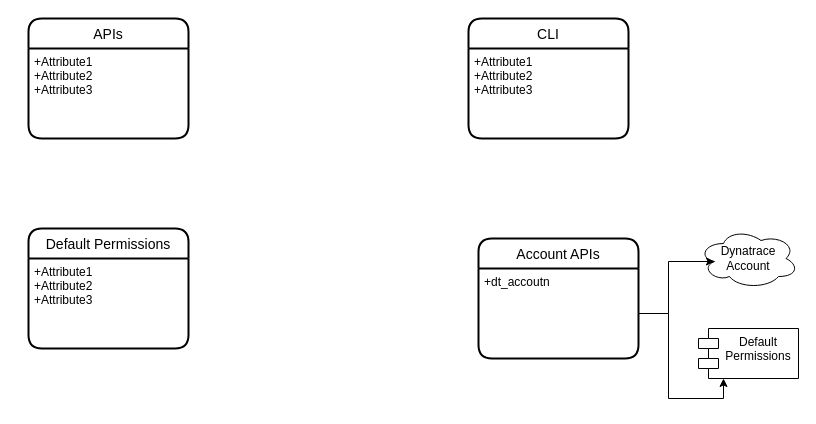
The draw.io diagram page "Component" (1 of 3) of design/class_diagram.drawio in Droulard/dynatrace-account-permissioning, before the edit. Source tidied: cells renumbered, new cells numbered last; positions are measured from the earlier drawing's top-left corner, leaving out a move shared by most shapes. Both pictures are drawn from the tidied source at 100%, with x=0, y=0 at pixel (28, 18).
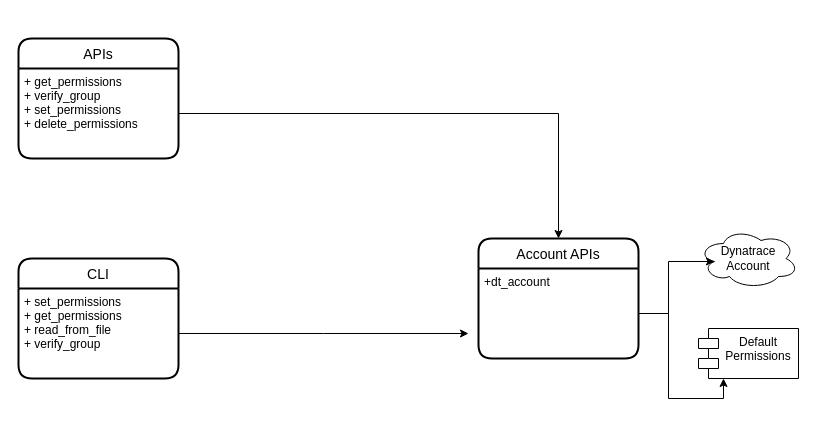
Above is the later version.

Change to the diagram source:
```diff
@@
 <mxGraphModel>
   <root>
     <mxCell id="0" />
     <mxCell id="1" parent="0" />
     <mxCell id="2" value="Dynatrace Account" style="ellipse;shape=cloud;whiteSpace=wrap;html=1;align=center;" parent="1" vertex="1">
       <mxGeometry x="670" y="210" width="100" height="60" as="geometry" />
     </mxCell>
     <mxCell id="3" value="APIs" style="swimlane;horizontal=1;startSize=30;rounded=1;fontSize=14;fontStyle=0;strokeWidth=2;shadow=0;dashed=0;align=center;" parent="1" vertex="1">
-      <mxGeometry width="160" height="120" as="geometry" />
+      <mxGeometry x="-10" y="20" width="160" height="120" as="geometry" />
     </mxCell>
-    <mxCell id="4" value="+Attribute1&#10;+Attribute2&#10;+Attribute3" style="align=left;strokeColor=none;fillColor=none;spacingLeft=4;fontSize=12;verticalAlign=top;" parent="3" vertex="1">
+    <mxCell id="4" value="+ get_permissions&#10;+ verify_group&#10;+ set_permissions&#10;+ delete_permissions" style="align=left;strokeColor=none;fillColor=none;spacingLeft=4;fontSize=12;verticalAlign=top;" parent="3" vertex="1">
       <mxGeometry y="30" width="160" height="90" as="geometry" />
     </mxCell>
     <mxCell id="5" value="CLI" style="swimlane;horizontal=1;startSize=30;rounded=1;fontSize=14;fontStyle=0;strokeWidth=2;shadow=0;dashed=0;align=center;" parent="1" vertex="1">
-      <mxGeometry x="440" width="160" height="120" as="geometry" />
+      <mxGeometry x="-10" y="240" width="160" height="120" as="geometry" />
     </mxCell>
-    <mxCell id="6" value="+Attribute1&#10;+Attribute2&#10;+Attribute3" style="align=left;strokeColor=none;fillColor=none;spacingLeft=4;fontSize=12;verticalAlign=top;" parent="5" vertex="1">
+    <mxCell id="6" value="+ set_permissions&#10;+ get_permissions&#10;+ read_from_file&#10;+ verify_group" style="align=left;strokeColor=none;fillColor=none;spacingLeft=4;fontSize=12;verticalAlign=top;" parent="5" vertex="1">
       <mxGeometry y="30" width="160" height="90" as="geometry" />
     </mxCell>
-    <mxCell id="7" value="Default Permissions" style="swimlane;horizontal=1;startSize=30;rounded=1;fontSize=14;fontStyle=0;strokeWidth=2;shadow=0;dashed=0;align=center;" parent="1" vertex="1">
-      <mxGeometry y="210" width="160" height="120" as="geometry" />
-    </mxCell>
-    <mxCell id="8" value="+Attribute1&#10;+Attribute2&#10;+Attribute3" style="align=left;strokeColor=none;fillColor=none;spacingLeft=4;fontSize=12;verticalAlign=top;" parent="7" vertex="1">
-      <mxGeometry y="30" width="160" height="90" as="geometry" />
-    </mxCell>
     <mxCell id="9" value="Account APIs" style="swimlane;horizontal=1;startSize=30;rounded=1;fontSize=14;fontStyle=0;strokeWidth=2;shadow=0;dashed=0;align=center;" parent="1" vertex="1">
       <mxGeometry x="450" y="220" width="160" height="120" as="geometry" />
     </mxCell>
-    <mxCell id="10" value="+dt_accoutn" style="align=left;strokeColor=none;fillColor=none;spacingLeft=4;fontSize=12;verticalAlign=top;" parent="9" vertex="1">
+    <mxCell id="10" value="+dt_account" style="align=left;strokeColor=none;fillColor=none;spacingLeft=4;fontSize=12;verticalAlign=top;" parent="9" vertex="1">
       <mxGeometry y="30" width="160" height="90" as="geometry" />
     </mxCell>
     <mxCell id="11" value="Default &#10;Permissions" style="shape=module;align=left;spacingLeft=20;align=center;verticalAlign=top;" parent="1" vertex="1">
       <mxGeometry x="670" y="310" width="100" height="50" as="geometry" />
     </mxCell>
     <mxCell id="12" style="edgeStyle=orthogonalEdgeStyle;rounded=0;jettySize=auto;html=1;entryX=0.16;entryY=0.55;entryDx=0;entryDy=0;entryPerimeter=0;" parent="1" edge="1" source="10" target="2">
       <mxGeometry relative="1" as="geometry" />
     </mxCell>
     <mxCell id="13" style="edgeStyle=orthogonalEdgeStyle;rounded=0;jettySize=auto;html=1;entryX=0.25;entryY=1;entryDx=0;entryDy=0;" parent="1" edge="1" source="10" target="11">
       <mxGeometry relative="1" as="geometry" />
     </mxCell>
+    <mxCell id="14" style="edgeStyle=orthogonalEdgeStyle;rounded=0;jettySize=auto;html=1;entryX=0.5;entryY=0;entryDx=0;entryDy=0;" parent="1" edge="1" source="4" target="9">
+      <mxGeometry relative="1" as="geometry" />
+    </mxCell>
+    <mxCell id="15" style="edgeStyle=orthogonalEdgeStyle;rounded=0;jettySize=auto;html=1;" parent="1" edge="1" source="6">
+      <mxGeometry relative="1" as="geometry">
+        <mxPoint x="440" y="315" as="targetPoint" />
+      </mxGeometry>
+    </mxCell>
   </root>
 </mxGraphModel>
```
